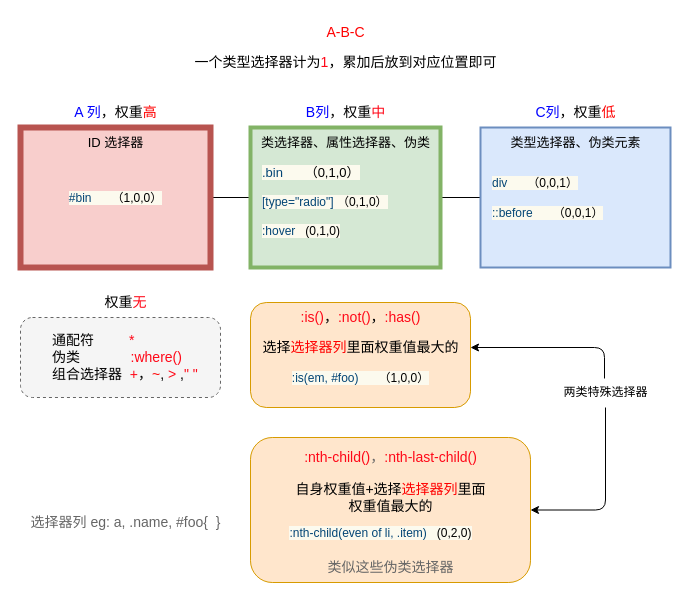
Before: javascript/css特异性权重.drawio in wbbhacker/drawFile, a draw.io diagram. Source tidied: cells renumbered, new cells numbered last; positions are measured from the earlier drawing's top-left corner, leaving out a move shared by most shapes. Both pictures are drawn from the tidied source at 100%, with x=0, y=0 at pixel (20, 17).
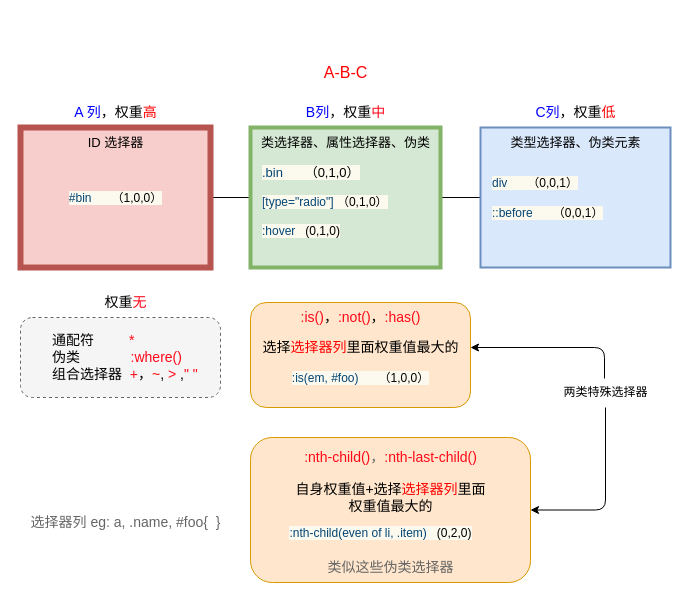
The same diagram, later.

Commit message:
更新css特异性权重.drawio

What changed in the source:
```diff
@@
-    <mxCell id="20" value="A-B-C" style="text;html=1;align=center;verticalAlign=middle;strokeColor=none;fillColor=none;fontSize=14;fontColor=#FF0000;" parent="1" vertex="1">
-      <mxGeometry x="295" width="60" height="30" as="geometry" />
+    <mxCell id="20" value="A-B-C" style="text;html=1;align=center;verticalAlign=middle;strokeColor=none;fillColor=none;fontSize=16;fontColor=#FF0000;" parent="1" vertex="1">
+      <mxGeometry x="290" y="40" width="70" height="30" as="geometry" />
     </mxCell>
@@
-    <mxCell id="26" value="一个类型选择器计为&lt;font color=&quot;#ff0818&quot;&gt;1&lt;/font&gt;，累加后放到对应位置即可" style="text;html=1;align=center;verticalAlign=middle;strokeColor=none;fillColor=none;fontSize=14;fontColor=#000000;" parent="1" vertex="1">
-      <mxGeometry x="160" y="30" width="330" height="30" as="geometry" />
-    </mxCell>
```
